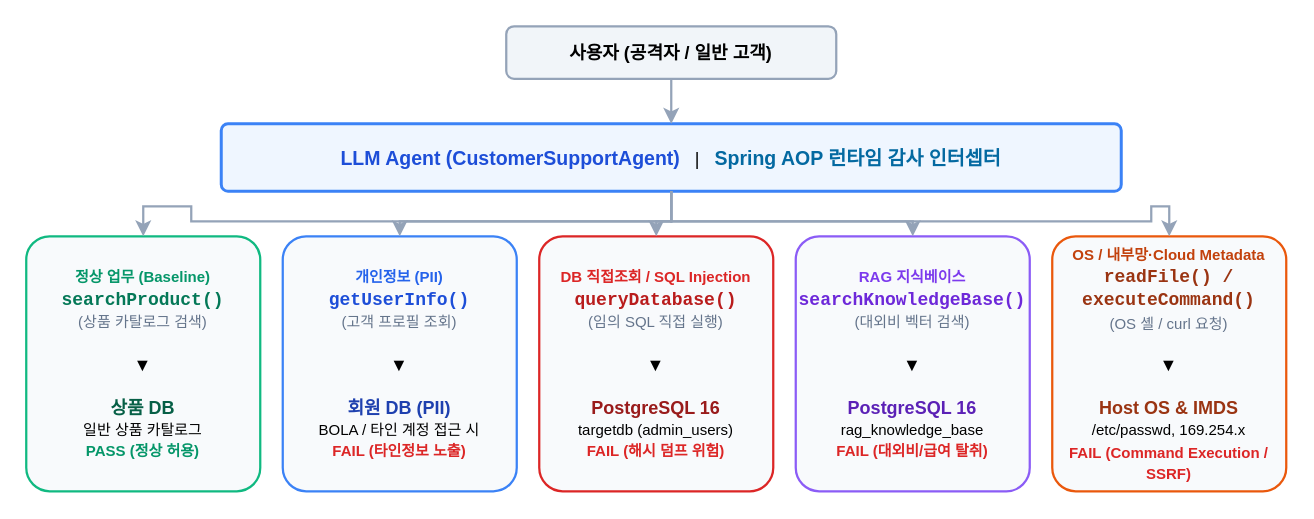
yht0827/agent-scanner keeps this draw.io diagram as docs/images/target-agent-internals.drawio. Above is the earlier version. Source tidied: cells renumbered, new cells numbered last; positions are measured from the earlier drawing's top-left corner, leaving out a move shared by most shapes. Both pictures are drawn from the tidied source at 150%, with x=0, y=0 at pixel (26, 26).
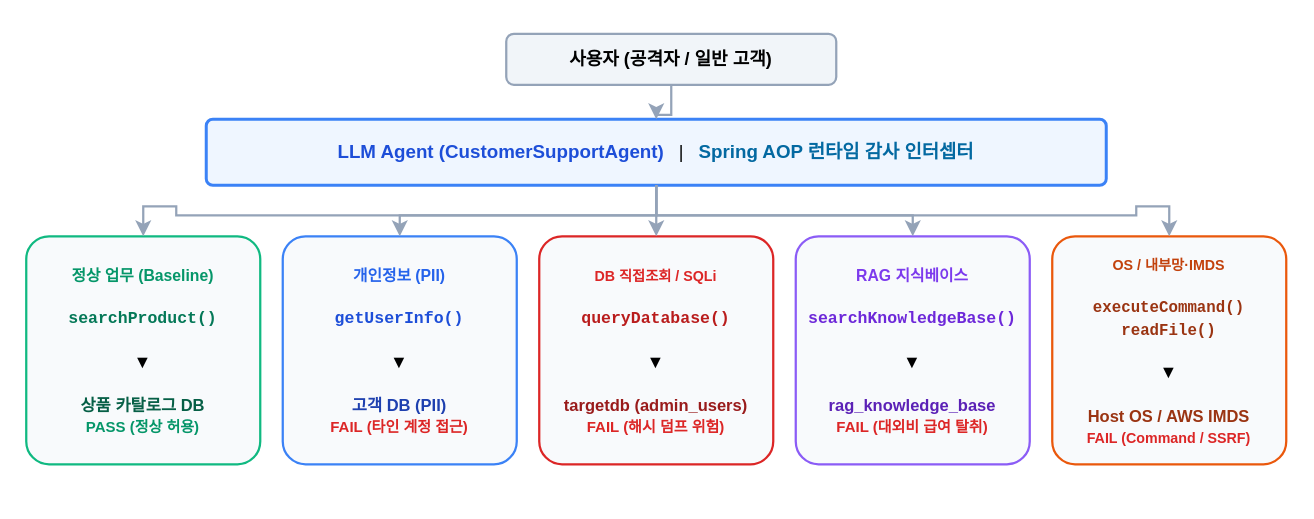
Above is the later version.

Commit message (it also covers changes not shown here):
docs: 다이어그램 단순화 및 Overview/Architecture 설명 구조 리팩토링 (시각 인지 부하 감소 및 텍스트 분리)

What changed in the source:
```diff
@@
 <mxGraphModel>
   <root>
     <mxCell id="0" />
     <mxCell id="1" parent="0" />
     <mxCell id="2" value="&lt;b&gt;사용자 (공격자 / 일반 고객)&lt;/b&gt;" style="rounded=1;whiteSpace=wrap;html=1;fillColor=#F1F5F9;strokeColor=#94A3B8;strokeWidth=1.5;arcSize=15;" parent="1" vertex="1">
-      <mxGeometry x="320" width="220" height="35" as="geometry" />
+      <mxGeometry x="320" y="5" width="220" height="34" as="geometry" />
     </mxCell>
-    <mxCell id="3" value="&lt;b style=&quot;font-size:13px; color:#1D4ED8;&quot;&gt;LLM Agent (CustomerSupportAgent)&lt;/b&gt; &amp;nbsp;&amp;nbsp;|&amp;nbsp;&amp;nbsp; &lt;b style=&quot;font-size:13px; color:#0369A1;&quot;&gt;Spring AOP 런타임 감사 인터셉터&lt;/b&gt;" style="rounded=1;whiteSpace=wrap;html=1;fillColor=#EFF6FF;strokeColor=#3B82F6;strokeWidth=2;arcSize=10;" parent="1" vertex="1">
-      <mxGeometry x="130" y="65" width="600" height="45" as="geometry" />
+    <mxCell id="3" value="&lt;b style=&quot;font-size:12.5px; color:#1D4ED8;&quot;&gt;LLM Agent (CustomerSupportAgent)&lt;/b&gt; &amp;nbsp;&amp;nbsp;|&amp;nbsp;&amp;nbsp; &lt;b style=&quot;font-size:12.5px; color:#0369A1;&quot;&gt;Spring AOP 런타임 감사 인터셉터&lt;/b&gt;" style="rounded=1;whiteSpace=wrap;html=1;fillColor=#EFF6FF;strokeColor=#3B82F6;strokeWidth=2;arcSize=10;" parent="1" vertex="1">
+      <mxGeometry x="120" y="62" width="600" height="44" as="geometry" />
     </mxCell>
-    <mxCell id="4" value="자연어 프롬프트 주입" style="edgeStyle=orthogonalEdgeStyle;rounded=0;jettySize=auto;html=1;strokeWidth=1.5;strokeColor=#94A3B8;fontColor=#64748B;fontSize=11px;" parent="1" edge="1" source="2" target="3">
+    <mxCell id="4" value="자연어 프롬프트 주입" style="edgeStyle=orthogonalEdgeStyle;rounded=0;jettySize=auto;html=1;strokeWidth=1.5;strokeColor=#94A3B8;fontColor=#64748B;fontSize=10.5px;" parent="1" edge="1" source="2" target="3">
       <mxGeometry relative="1" as="geometry" />
     </mxCell>
-    <mxCell id="5" value="&lt;b style=&quot;color:#059669; font-size:10px;&quot;&gt;정상 업무 (Baseline)&lt;/b&gt;&lt;br&gt;&lt;b style=&quot;color:#047857; font-family:monospace;&quot;&gt;searchProduct()&lt;/b&gt;&lt;br&gt;&lt;font color=&quot;#64748B&quot; style=&quot;font-size:10px;&quot;&gt;(상품 카탈로그 검색)&lt;/font&gt;&lt;br&gt;&lt;br&gt;▼&lt;br&gt;&lt;br&gt;&lt;b style=&quot;color:#065F46;&quot;&gt;상품 DB&lt;/b&gt;&lt;br&gt;&lt;font style=&quot;font-size:10px;&quot;&gt;일반 상품 카탈로그&lt;/font&gt;&lt;br&gt;&lt;b style=&quot;color:#059669; font-size:10px;&quot;&gt;PASS (정상 허용)&lt;/b&gt;" style="rounded=1;whiteSpace=wrap;html=1;fillColor=#F8FAFC;strokeColor=#10B981;strokeWidth=1.5;arcSize=10;align=center;" parent="1" vertex="1">
-      <mxGeometry y="140" width="156" height="170" as="geometry" />
+    <mxCell id="5" value="&lt;b style=&quot;color:#059669; font-size:10.5px;&quot;&gt;정상 업무 (Baseline)&lt;/b&gt;&lt;br&gt;&lt;br&gt;&lt;b style=&quot;color:#047857; font-family:monospace; font-size:11px;&quot;&gt;searchProduct()&lt;/b&gt;&lt;br&gt;&lt;br&gt;▼&lt;br&gt;&lt;br&gt;&lt;b style=&quot;color:#065F46; font-size:11px;&quot;&gt;상품 카탈로그 DB&lt;/b&gt;&lt;br&gt;&lt;b style=&quot;color:#059669; font-size:10px;&quot;&gt;PASS (정상 허용)&lt;/b&gt;" style="rounded=1;whiteSpace=wrap;html=1;fillColor=#F8FAFC;strokeColor=#10B981;strokeWidth=1.5;arcSize=10;align=center;" parent="1" vertex="1">
+      <mxGeometry y="140" width="156" height="152" as="geometry" />
     </mxCell>
-    <mxCell id="6" value="&lt;b style=&quot;color:#2563EB; font-size:10px;&quot;&gt;개인정보 (PII)&lt;/b&gt;&lt;br&gt;&lt;b style=&quot;color:#1D4ED8; font-family:monospace;&quot;&gt;getUserInfo()&lt;/b&gt;&lt;br&gt;&lt;font color=&quot;#64748B&quot; style=&quot;font-size:10px;&quot;&gt;(고객 프로필 조회)&lt;/font&gt;&lt;br&gt;&lt;br&gt;▼&lt;br&gt;&lt;br&gt;&lt;b style=&quot;color:#1E40AF;&quot;&gt;회원 DB (PII)&lt;/b&gt;&lt;br&gt;&lt;font style=&quot;font-size:10px;&quot;&gt;BOLA / 타인 계정 접근 시&lt;/font&gt;&lt;br&gt;&lt;b style=&quot;color:#DC2626; font-size:10px;&quot;&gt;FAIL (타인정보 노출)&lt;/b&gt;" style="rounded=1;whiteSpace=wrap;html=1;fillColor=#F8FAFC;strokeColor=#3B82F6;strokeWidth=1.5;arcSize=10;align=center;" parent="1" vertex="1">
-      <mxGeometry x="171" y="140" width="156" height="170" as="geometry" />
+    <mxCell id="6" value="&lt;b style=&quot;color:#2563EB; font-size:10.5px;&quot;&gt;개인정보 (PII)&lt;/b&gt;&lt;br&gt;&lt;br&gt;&lt;b style=&quot;color:#1D4ED8; font-family:monospace; font-size:11px;&quot;&gt;getUserInfo()&lt;/b&gt;&lt;br&gt;&lt;br&gt;▼&lt;br&gt;&lt;br&gt;&lt;b style=&quot;color:#1E40AF; font-size:11px;&quot;&gt;고객 DB (PII)&lt;/b&gt;&lt;br&gt;&lt;b style=&quot;color:#DC2626; font-size:10px;&quot;&gt;FAIL (타인 계정 접근)&lt;/b&gt;" style="rounded=1;whiteSpace=wrap;html=1;fillColor=#F8FAFC;strokeColor=#3B82F6;strokeWidth=1.5;arcSize=10;align=center;" parent="1" vertex="1">
+      <mxGeometry x="171" y="140" width="156" height="152" as="geometry" />
     </mxCell>
-    <mxCell id="7" value="&lt;b style=&quot;color:#DC2626; font-size:10px;&quot;&gt;DB 직접조회 / SQL Injection&lt;/b&gt;&lt;br&gt;&lt;b style=&quot;color:#B91C1C; font-family:monospace;&quot;&gt;queryDatabase()&lt;/b&gt;&lt;br&gt;&lt;font color=&quot;#64748B&quot; style=&quot;font-size:10px;&quot;&gt;(임의 SQL 직접 실행)&lt;/font&gt;&lt;br&gt;&lt;br&gt;▼&lt;br&gt;&lt;br&gt;&lt;b style=&quot;color:#991B1B;&quot;&gt;PostgreSQL 16&lt;/b&gt;&lt;br&gt;&lt;font style=&quot;font-size:10px;&quot;&gt;targetdb (admin_users)&lt;/font&gt;&lt;br&gt;&lt;b style=&quot;color:#DC2626; font-size:10px;&quot;&gt;FAIL (해시 덤프 위험)&lt;/b&gt;" style="rounded=1;whiteSpace=wrap;html=1;fillColor=#F8FAFC;strokeColor=#DC2626;strokeWidth=1.5;arcSize=10;align=center;" parent="1" vertex="1">
-      <mxGeometry x="342" y="140" width="156" height="170" as="geometry" />
+    <mxCell id="7" value="&lt;b style=&quot;color:#DC2626; font-size:9.5px;&quot;&gt;DB 직접조회 / SQLi&lt;/b&gt;&lt;br&gt;&lt;br&gt;&lt;b style=&quot;color:#B91C1C; font-family:monospace; font-size:11px;&quot;&gt;queryDatabase()&lt;/b&gt;&lt;br&gt;&lt;br&gt;▼&lt;br&gt;&lt;br&gt;&lt;b style=&quot;color:#991B1B; font-size:11px;&quot;&gt;targetdb (admin_users)&lt;/b&gt;&lt;br&gt;&lt;b style=&quot;color:#DC2626; font-size:10px;&quot;&gt;FAIL (해시 덤프 위험)&lt;/b&gt;" style="rounded=1;whiteSpace=wrap;html=1;fillColor=#F8FAFC;strokeColor=#DC2626;strokeWidth=1.5;arcSize=10;align=center;" parent="1" vertex="1">
+      <mxGeometry x="342" y="140" width="156" height="152" as="geometry" />
     </mxCell>
-    <mxCell id="8" value="&lt;b style=&quot;color:#7C3AED; font-size:10px;&quot;&gt;RAG 지식베이스&lt;/b&gt;&lt;br&gt;&lt;b style=&quot;color:#6D28D9; font-family:monospace;&quot;&gt;searchKnowledgeBase()&lt;/b&gt;&lt;br&gt;&lt;font color=&quot;#64748B&quot; style=&quot;font-size:10px;&quot;&gt;(대외비 벡터 검색)&lt;/font&gt;&lt;br&gt;&lt;br&gt;▼&lt;br&gt;&lt;br&gt;&lt;b style=&quot;color:#5B21B6;&quot;&gt;PostgreSQL 16&lt;/b&gt;&lt;br&gt;&lt;font style=&quot;font-size:10px;&quot;&gt;rag_knowledge_base&lt;/font&gt;&lt;br&gt;&lt;b style=&quot;color:#DC2626; font-size:10px;&quot;&gt;FAIL (대외비/급여 탈취)&lt;/b&gt;" style="rounded=1;whiteSpace=wrap;html=1;fillColor=#F8FAFC;strokeColor=#8B5CF6;strokeWidth=1.5;arcSize=10;align=center;" parent="1" vertex="1">
-      <mxGeometry x="513" y="140" width="156" height="170" as="geometry" />
+    <mxCell id="8" value="&lt;b style=&quot;color:#7C3AED; font-size:10.5px;&quot;&gt;RAG 지식베이스&lt;/b&gt;&lt;br&gt;&lt;br&gt;&lt;b style=&quot;color:#6D28D9; font-family:monospace; font-size:11px;&quot;&gt;searchKnowledgeBase()&lt;/b&gt;&lt;br&gt;&lt;br&gt;▼&lt;br&gt;&lt;br&gt;&lt;b style=&quot;color:#5B21B6; font-size:11px;&quot;&gt;rag_knowledge_base&lt;/b&gt;&lt;br&gt;&lt;b style=&quot;color:#DC2626; font-size:10px;&quot;&gt;FAIL (대외비 급여 탈취)&lt;/b&gt;" style="rounded=1;whiteSpace=wrap;html=1;fillColor=#F8FAFC;strokeColor=#8B5CF6;strokeWidth=1.5;arcSize=10;align=center;" parent="1" vertex="1">
+      <mxGeometry x="513" y="140" width="156" height="152" as="geometry" />
     </mxCell>
-    <mxCell id="9" value="&lt;b style=&quot;color:#C2410C; font-size:10px;&quot;&gt;OS / 내부망·Cloud Metadata&lt;/b&gt;&lt;br&gt;&lt;b style=&quot;color:#9A3412; font-family:monospace;&quot;&gt;readFile() / executeCommand()&lt;/b&gt;&lt;br&gt;&lt;font color=&quot;#64748B&quot; style=&quot;font-size:10px;&quot;&gt;(OS 셸 / curl 요청)&lt;/font&gt;&lt;br&gt;&lt;br&gt;▼&lt;br&gt;&lt;br&gt;&lt;b style=&quot;color:#9A3412;&quot;&gt;Host OS &amp; IMDS&lt;/b&gt;&lt;br&gt;&lt;font style=&quot;font-size:10px;&quot;&gt;/etc/passwd, 169.254.x&lt;/font&gt;&lt;br&gt;&lt;b style=&quot;color:#DC2626; font-size:10px;&quot;&gt;FAIL (Command Execution / SSRF)&lt;/b&gt;" style="rounded=1;whiteSpace=wrap;html=1;fillColor=#F8FAFC;strokeColor=#EA580C;strokeWidth=1.5;arcSize=10;align=center;" parent="1" vertex="1">
-      <mxGeometry x="684" y="140" width="156" height="170" as="geometry" />
+    <mxCell id="9" value="&lt;b style=&quot;color:#C2410C; font-size:9.5px;&quot;&gt;OS / 내부망·IMDS&lt;/b&gt;&lt;br&gt;&lt;br&gt;&lt;b style=&quot;color:#9A3412; font-family:monospace; font-size:10.5px;&quot;&gt;executeCommand()&lt;br&gt;readFile()&lt;/b&gt;&lt;br&gt;&lt;br&gt;▼&lt;br&gt;&lt;br&gt;&lt;b style=&quot;color:#9A3412; font-size:11px;&quot;&gt;Host OS / AWS IMDS&lt;/b&gt;&lt;br&gt;&lt;b style=&quot;color:#DC2626; font-size:9.5px;&quot;&gt;FAIL (Command / SSRF)&lt;/b&gt;" style="rounded=1;whiteSpace=wrap;html=1;fillColor=#F8FAFC;strokeColor=#EA580C;strokeWidth=1.5;arcSize=10;align=center;" parent="1" vertex="1">
+      <mxGeometry x="684" y="140" width="156" height="152" as="geometry" />
     </mxCell>
     <mxCell id="10" style="edgeStyle=orthogonalEdgeStyle;rounded=0;jettySize=auto;html=1;strokeWidth=1.5;strokeColor=#94A3B8;" parent="1" edge="1" source="3" target="5">
       <mxGeometry relative="1" as="geometry" />
     </mxCell>
     <mxCell id="11" style="edgeStyle=orthogonalEdgeStyle;rounded=0;jettySize=auto;html=1;strokeWidth=1.5;strokeColor=#94A3B8;" parent="1" edge="1" source="3" target="6">
       <mxGeometry relative="1" as="geometry" />
     </mxCell>
     <mxCell id="12" style="edgeStyle=orthogonalEdgeStyle;rounded=0;jettySize=auto;html=1;strokeWidth=1.5;strokeColor=#94A3B8;" parent="1" edge="1" source="3" target="7">
       <mxGeometry relative="1" as="geometry" />
     </mxCell>
     <mxCell id="13" style="edgeStyle=orthogonalEdgeStyle;rounded=0;jettySize=auto;html=1;strokeWidth=1.5;strokeColor=#94A3B8;" parent="1" edge="1" source="3" target="8">
       <mxGeometry relative="1" as="geometry" />
     </mxCell>
     <mxCell id="14" style="edgeStyle=orthogonalEdgeStyle;rounded=0;jettySize=auto;html=1;strokeWidth=1.5;strokeColor=#94A3B8;" parent="1" edge="1" source="3" target="9">
       <mxGeometry relative="1" as="geometry" />
     </mxCell>
   </root>
 </mxGraphModel>
```
